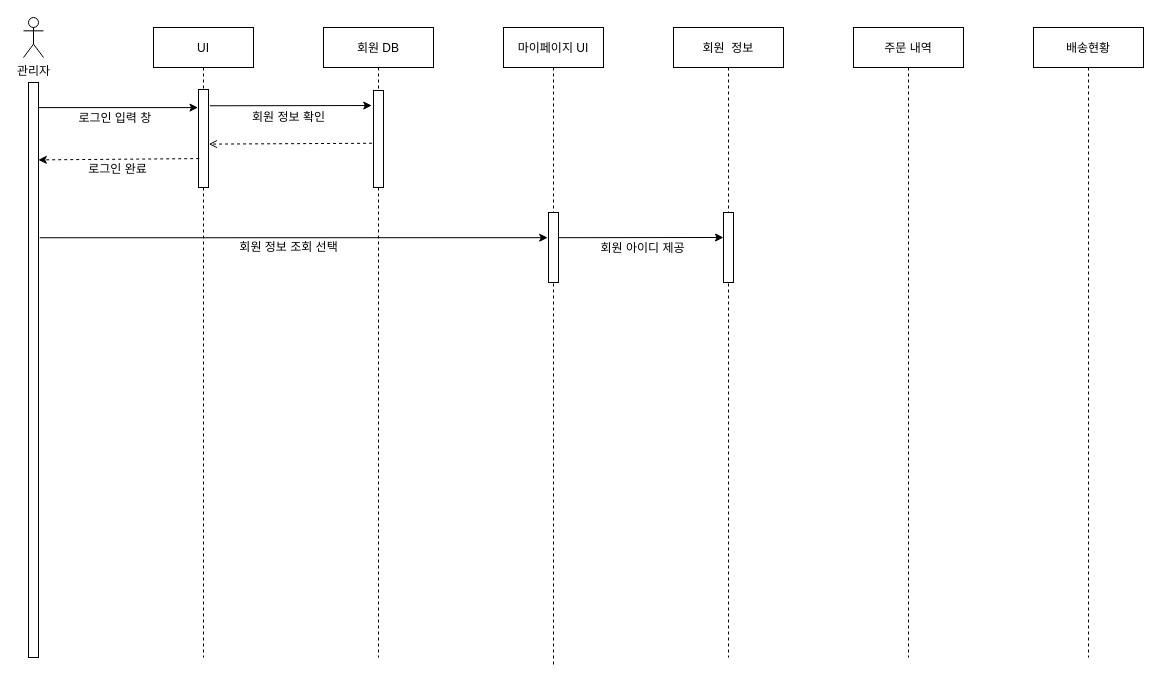
This is Untitled Diagram.drawio from itsdam/JAVA, a draw.io file, before an edit. Source tidied: cells renumbered, new cells numbered last; positions are measured from the earlier drawing's top-left corner, leaving out a move shared by most shapes. Both pictures are drawn from the tidied source at 100%, with x=0, y=0 at pixel (23, 17).
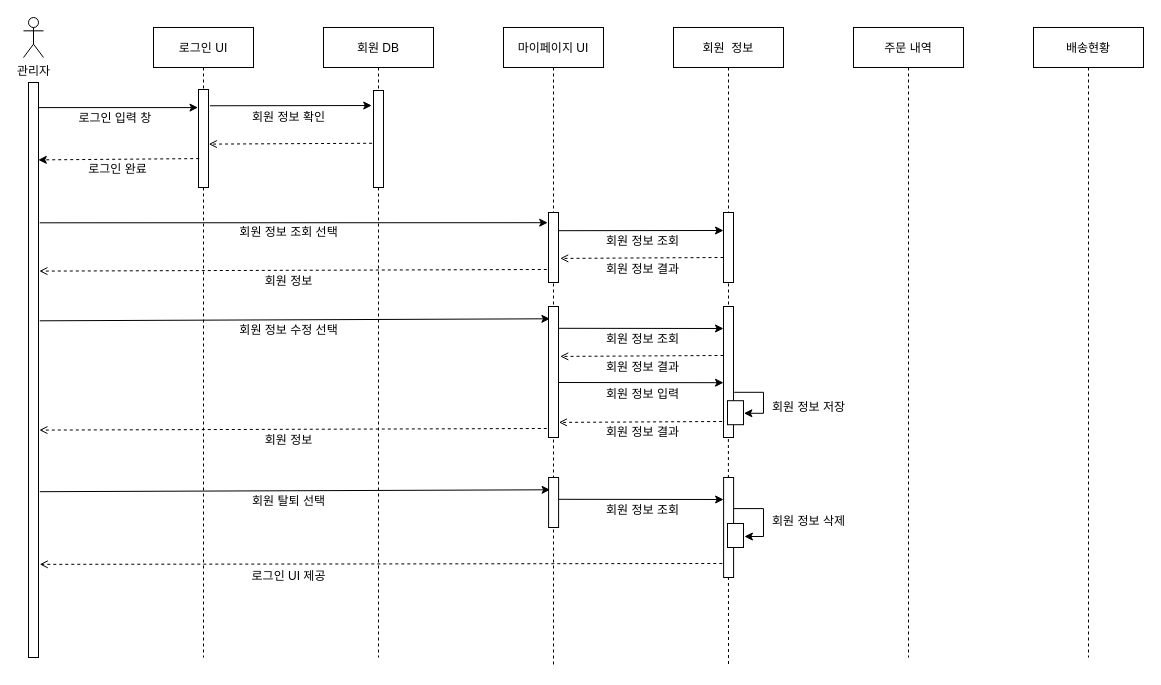
The same page after the edit.

The change refers to these unchanged cells:
```xml
<mxCell id="5" value="마이페이지 UI" style="shape=umlLifeline;perimeter=lifelinePerimeter;rounded=0;shadow=0;strokeWidth=1;" parent="1" vertex="1">
  <mxGeometry x="480" y="10" width="100" height="640" as="geometry" />
</mxCell>
<mxCell id="6" style="points=[];perimeter=orthogonalPerimeter;rounded=0;shadow=0;strokeWidth=1;" parent="5" vertex="1">
  <mxGeometry x="45" y="185" width="10" height="70" as="geometry" />
</mxCell>
<mxCell id="9" style="points=[];perimeter=orthogonalPerimeter;rounded=0;shadow=0;strokeWidth=1;" parent="1" vertex="1">
  <mxGeometry x="5" y="65" width="10" height="575" as="geometry" />
</mxCell>
```

Change to the diagram source:
```diff
@@
+    <mxCell id="26" style="points=[];perimeter=orthogonalPerimeter;rounded=0;shadow=0;strokeWidth=1;" parent="1" vertex="1">
+      <mxGeometry x="700" y="289" width="10" height="131" as="geometry" />
+    </mxCell>
+    <mxCell id="20" value="회원  정보" style="shape=umlLifeline;perimeter=lifelinePerimeter;rounded=0;shadow=0;strokeWidth=1;" parent="1" vertex="1">
+      <mxGeometry x="650" y="10" width="110" height="280" as="geometry" />
+    </mxCell>
+    <mxCell id="21" style="perimeter=orthogonalPerimeter;rounded=0;shadow=0;strokeWidth=1;" parent="20" vertex="1">
+      <mxGeometry x="50" y="185" width="10" height="70" as="geometry" />
+    </mxCell>
+    <mxCell id="22" style="endArrow=classic;html=1;rounded=0;entryX=-0.177;entryY=0.155;entryDx=0;entryDy=0;entryPerimeter=0;exitX=1.022;exitY=0.36;exitDx=0;exitDy=0;exitPerimeter=0;" parent="20" edge="1">
+      <mxGeometry relative="1" as="geometry">
+        <mxPoint x="-114.8" y="203.2" as="sourcePoint" />
+        <mxPoint x="50" y="203" as="targetPoint" />
+      </mxGeometry>
+    </mxCell>
+    <mxCell id="27" style="endArrow=open;html=1;rounded=0;dashed=1;entryX=1.03;entryY=0.253;entryDx=0;entryDy=0;entryPerimeter=0;endFill=0;exitX=-0.141;exitY=0.544;exitDx=0;exitDy=0;exitPerimeter=0;" parent="20" edge="1">
+      <mxGeometry relative="1" as="geometry">
+        <mxPoint x="50" y="230" as="sourcePoint" />
+        <mxPoint x="-113.3" y="230.9" as="targetPoint" />
+      </mxGeometry>
+    </mxCell>
+    <mxCell id="28" value="회원 정보 입력" style="text;html=1;align=center;verticalAlign=middle;strokeColor=none;fillColor=none;" parent="20" vertex="1">
+      <mxGeometry x="-76" y="357.2" width="90" height="20" as="geometry" />
+    </mxCell>
-    <mxCell id="2" value="UI" style="shape=umlLifeline;perimeter=lifelinePerimeter;rounded=0;shadow=0;strokeWidth=1;" parent="1" vertex="1">
+    <mxCell id="2" value="로그인 UI" style="shape=umlLifeline;perimeter=lifelinePerimeter;rounded=0;shadow=0;strokeWidth=1;" parent="1" vertex="1">
       <mxGeometry x="130" y="10" width="100" height="630" as="geometry" />
     </mxCell>
@@
+    <mxCell id="29" style="endArrow=open;html=1;rounded=0;dashed=1;endFill=0;exitX=-0.141;exitY=0.544;exitDx=0;exitDy=0;exitPerimeter=0;entryX=1.086;entryY=0.328;entryDx=0;entryDy=0;entryPerimeter=0;" parent="5" edge="1" target="9">
+      <mxGeometry relative="1" as="geometry">
+        <mxPoint x="43.3" y="242" as="sourcePoint" />
+      </mxGeometry>
+    </mxCell>
@@
-    <mxCell id="17" style="endArrow=classic;html=1;rounded=0;exitX=1.116;exitY=0.27;exitDx=0;exitDy=0;exitPerimeter=0;entryX=-0.08;entryY=0.36;entryDx=0;entryDy=0;entryPerimeter=0;" parent="1" edge="1" source="9" target="6">
-      <mxGeometry relative="1" as="geometry" />
+    <mxCell id="17" style="endArrow=classic;html=1;rounded=0;exitX=1.116;exitY=0.27;exitDx=0;exitDy=0;exitPerimeter=0;entryX=-0.08;entryY=0.36;entryDx=0;entryDy=0;entryPerimeter=0;" parent="1" edge="1">
+      <mxGeometry relative="1" as="geometry">
+        <mxPoint x="16.2" y="205.3" as="sourcePoint" />
+        <mxPoint x="524.2" y="205.2" as="targetPoint" />
+      </mxGeometry>
     </mxCell>
     <mxCell id="18" value="회원 정보 조회 선택" style="text;html=1;align=center;verticalAlign=middle;strokeColor=none;fillColor=none;" parent="1" vertex="1">
-      <mxGeometry x="205" y="220" width="120" height="20" as="geometry" />
+      <mxGeometry x="205" y="205" width="120" height="20" as="geometry" />
     </mxCell>
@@
-    <mxCell id="20" value="회원  정보" style="shape=umlLifeline;perimeter=lifelinePerimeter;rounded=0;shadow=0;strokeWidth=1;" parent="1" vertex="1">
-      <mxGeometry x="650" y="10" width="110" height="630" as="geometry" />
-    </mxCell>
-    <mxCell id="21" style="perimeter=orthogonalPerimeter;rounded=0;shadow=0;strokeWidth=1;" parent="20" vertex="1">
-      <mxGeometry x="50" y="185" width="10" height="70" as="geometry" />
-    </mxCell>
-    <mxCell id="22" style="endArrow=classic;html=1;rounded=0;entryX=-0.177;entryY=0.155;entryDx=0;entryDy=0;entryPerimeter=0;exitX=1.022;exitY=0.36;exitDx=0;exitDy=0;exitPerimeter=0;" parent="20" edge="1" source="6">
-      <mxGeometry relative="1" as="geometry">
-        <mxPoint x="50" y="210" as="targetPoint" />
-      </mxGeometry>
-    </mxCell>
@@
-    <mxCell id="25" value="회원 아이디 제공" style="text;html=1;align=center;verticalAlign=middle;strokeColor=none;fillColor=none;" parent="1" vertex="1">
-      <mxGeometry x="564" y="221" width="110" height="20" as="geometry" />
+    <mxCell id="25" value="회원 정보 조회" style="text;html=1;align=center;verticalAlign=middle;strokeColor=none;fillColor=none;" parent="1" vertex="1">
+      <mxGeometry x="574" y="214" width="90" height="20" as="geometry" />
     </mxCell>
+    <mxCell id="30" value="회원 정보 결과" style="text;html=1;align=center;verticalAlign=middle;strokeColor=none;fillColor=none;" parent="1" vertex="1">
+      <mxGeometry x="574" y="242" width="90" height="20" as="geometry" />
+    </mxCell>
+    <mxCell id="31" style="perimeter=orthogonalPerimeter;rounded=0;shadow=0;strokeWidth=1;" parent="1" vertex="1">
+      <mxGeometry x="525" y="289" width="10" height="131" as="geometry" />
+    </mxCell>
+    <mxCell id="32" style="endArrow=classic;html=1;rounded=0;exitX=1.116;exitY=0.27;exitDx=0;exitDy=0;exitPerimeter=0;entryX=0.144;entryY=0.178;entryDx=0;entryDy=0;entryPerimeter=0;" parent="1" edge="1">
+      <mxGeometry relative="1" as="geometry">
+        <mxPoint x="16.2" y="303.3" as="sourcePoint" />
+        <mxPoint x="526.4" y="301.3" as="targetPoint" />
+      </mxGeometry>
+    </mxCell>
+    <mxCell id="33" value="회원 정보 수정 선택" style="text;html=1;align=center;verticalAlign=middle;strokeColor=none;fillColor=none;" parent="1" vertex="1">
+      <mxGeometry x="205" y="303" width="120" height="20" as="geometry" />
+    </mxCell>
+    <mxCell id="34" style="endArrow=classic;html=1;rounded=0;entryX=-0.177;entryY=0.155;entryDx=0;entryDy=0;entryPerimeter=0;exitX=1.022;exitY=0.189;exitDx=0;exitDy=0;exitPerimeter=0;" parent="1" edge="1">
+      <mxGeometry relative="1" as="geometry">
+        <mxPoint x="535.2" y="310.8" as="sourcePoint" />
+        <mxPoint x="700" y="311" as="targetPoint" />
+      </mxGeometry>
+    </mxCell>
+    <mxCell id="35" style="endArrow=open;html=1;rounded=0;dashed=1;entryX=1.03;entryY=0.253;entryDx=0;entryDy=0;entryPerimeter=0;endFill=0;exitX=-0.141;exitY=0.544;exitDx=0;exitDy=0;exitPerimeter=0;" parent="1" edge="1">
+      <mxGeometry relative="1" as="geometry">
+        <mxPoint x="700" y="338" as="sourcePoint" />
+        <mxPoint x="536.7" y="338.9" as="targetPoint" />
+      </mxGeometry>
+    </mxCell>
+    <mxCell id="36" value="회원 정보 조회" style="text;html=1;align=center;verticalAlign=middle;strokeColor=none;fillColor=none;" parent="1" vertex="1">
+      <mxGeometry x="574" y="312" width="90" height="20" as="geometry" />
+    </mxCell>
+    <mxCell id="37" value="회원 정보 결과" style="text;html=1;align=center;verticalAlign=middle;strokeColor=none;fillColor=none;" parent="1" vertex="1">
+      <mxGeometry x="574" y="340" width="90" height="20" as="geometry" />
+    </mxCell>
+    <mxCell id="38" style="endArrow=none;html=1;rounded=0;dashed=1;endFill=0;exitX=0.689;exitY=1.019;exitDx=0;exitDy=0;exitPerimeter=0;" parent="1" edge="1">
+      <mxGeometry relative="1" as="geometry">
+        <mxPoint x="704.9" y="421.5" as="sourcePoint" />
+        <mxPoint x="705" y="649" as="targetPoint" />
+      </mxGeometry>
+    </mxCell>
+    <mxCell id="39" style="points=[];perimeter=orthogonalPerimeter;rounded=0;shadow=0;strokeWidth=1;" parent="1" vertex="1">
+      <mxGeometry x="704" y="383.2" width="16" height="24" as="geometry" />
+    </mxCell>
+    <mxCell id="40" style="endArrow=classic;html=1;rounded=0;exitX=1.071;exitY=0.655;exitDx=0;exitDy=0;exitPerimeter=0;edgeStyle=orthogonalEdgeStyle;entryX=1.023;entryY=0.523;entryDx=0;entryDy=0;entryPerimeter=0;" parent="1" edge="1" source="26" target="39">
+      <mxGeometry relative="1" as="geometry">
+        <Array as="points">
+          <mxPoint x="740" y="375" />
+          <mxPoint x="740" y="396" />
+        </Array>
+      </mxGeometry>
+    </mxCell>
+    <mxCell id="41" value="회원 정보 저장" style="text;html=1;align=center;verticalAlign=middle;strokeColor=none;fillColor=none;" parent="1" vertex="1">
+      <mxGeometry x="740" y="380" width="90" height="20" as="geometry" />
+    </mxCell>
+    <mxCell id="42" style="endArrow=open;html=1;rounded=0;dashed=1;entryX=1.03;entryY=0.253;entryDx=0;entryDy=0;entryPerimeter=0;endFill=0;exitX=-0.141;exitY=0.544;exitDx=0;exitDy=0;exitPerimeter=0;" parent="1" edge="1">
+      <mxGeometry relative="1" as="geometry">
+        <mxPoint x="698.6" y="404" as="sourcePoint" />
+        <mxPoint x="535.4" y="404.9" as="targetPoint" />
+      </mxGeometry>
+    </mxCell>
+    <mxCell id="43" value="회원 정보 결과" style="text;html=1;align=center;verticalAlign=middle;strokeColor=none;fillColor=none;" parent="1" vertex="1">
+      <mxGeometry x="574" y="405.2" width="90" height="20" as="geometry" />
+    </mxCell>
+    <mxCell id="44" value="회원 정보" style="text;html=1;align=center;verticalAlign=middle;strokeColor=none;fillColor=none;" parent="1" vertex="1">
+      <mxGeometry x="230" y="254" width="70" height="20" as="geometry" />
+    </mxCell>
+    <mxCell id="45" style="endArrow=open;html=1;rounded=0;dashed=1;endFill=0;exitX=-0.141;exitY=0.544;exitDx=0;exitDy=0;exitPerimeter=0;entryX=1.086;entryY=0.328;entryDx=0;entryDy=0;entryPerimeter=0;" parent="1" edge="1">
+      <mxGeometry relative="1" as="geometry">
+        <mxPoint x="523.3" y="411" as="sourcePoint" />
+        <mxPoint x="15.9" y="412.6" as="targetPoint" />
+      </mxGeometry>
+    </mxCell>
+    <mxCell id="46" style="endArrow=classic;html=1;rounded=0;entryX=-0.177;entryY=0.155;entryDx=0;entryDy=0;entryPerimeter=0;exitX=1.022;exitY=0.189;exitDx=0;exitDy=0;exitPerimeter=0;" parent="1" edge="1">
+      <mxGeometry relative="1" as="geometry">
+        <mxPoint x="535.2" y="365" as="sourcePoint" />
+        <mxPoint x="700" y="365.2" as="targetPoint" />
+      </mxGeometry>
+    </mxCell>
+    <mxCell id="47" value="회원 정보" style="text;html=1;align=center;verticalAlign=middle;strokeColor=none;fillColor=none;" parent="1" vertex="1">
+      <mxGeometry x="230" y="413" width="70" height="20" as="geometry" />
+    </mxCell>
+    <mxCell id="48" style="perimeter=orthogonalPerimeter;rounded=0;shadow=0;strokeWidth=1;" parent="1" vertex="1">
+      <mxGeometry x="700.1" y="460" width="10" height="100" as="geometry" />
+    </mxCell>
+    <mxCell id="49" style="perimeter=orthogonalPerimeter;rounded=0;shadow=0;strokeWidth=1;" parent="1" vertex="1">
+      <mxGeometry x="525.1" y="460" width="10" height="50" as="geometry" />
+    </mxCell>
+    <mxCell id="50" style="endArrow=classic;html=1;rounded=0;exitX=1.116;exitY=0.27;exitDx=0;exitDy=0;exitPerimeter=0;entryX=0.144;entryY=0.178;entryDx=0;entryDy=0;entryPerimeter=0;" parent="1" edge="1">
+      <mxGeometry relative="1" as="geometry">
+        <mxPoint x="16.3" y="474.2" as="sourcePoint" />
+        <mxPoint x="526.6" y="472.3" as="targetPoint" />
+      </mxGeometry>
+    </mxCell>
+    <mxCell id="51" value="회원 탈퇴 선택" style="text;html=1;align=center;verticalAlign=middle;strokeColor=none;fillColor=none;" parent="1" vertex="1">
+      <mxGeometry x="220.1" y="474" width="90" height="20" as="geometry" />
+    </mxCell>
+    <mxCell id="52" style="endArrow=classic;html=1;rounded=0;entryX=-0.177;entryY=0.155;entryDx=0;entryDy=0;entryPerimeter=0;exitX=1.022;exitY=0.189;exitDx=0;exitDy=0;exitPerimeter=0;" parent="1" edge="1">
+      <mxGeometry relative="1" as="geometry">
+        <mxPoint x="535.4" y="481.8" as="sourcePoint" />
+        <mxPoint x="700.1" y="482" as="targetPoint" />
+      </mxGeometry>
+    </mxCell>
+    <mxCell id="53" value="회원 정보 조회" style="text;html=1;align=center;verticalAlign=middle;strokeColor=none;fillColor=none;" parent="1" vertex="1">
+      <mxGeometry x="574.1" y="483" width="90" height="20" as="geometry" />
+    </mxCell>
+    <mxCell id="54" style="perimeter=orthogonalPerimeter;rounded=0;shadow=0;strokeWidth=1;" parent="1" vertex="1">
+      <mxGeometry x="704" y="506" width="16" height="24" as="geometry" />
+    </mxCell>
+    <mxCell id="55" value="회원 정보 삭제" style="text;html=1;align=center;verticalAlign=middle;strokeColor=none;fillColor=none;" parent="1" vertex="1">
+      <mxGeometry x="740" y="494" width="90" height="20" as="geometry" />
+    </mxCell>
+    <mxCell id="56" style="endArrow=open;html=1;rounded=0;dashed=1;entryX=1.122;entryY=0.838;entryDx=0;entryDy=0;entryPerimeter=0;endFill=0;exitX=-0.141;exitY=0.544;exitDx=0;exitDy=0;exitPerimeter=0;" parent="1" edge="1" target="9">
+      <mxGeometry relative="1" as="geometry">
+        <mxPoint x="698.8" y="546" as="sourcePoint" />
+      </mxGeometry>
+    </mxCell>
+    <mxCell id="57" style="endArrow=classic;html=1;rounded=0;edgeStyle=orthogonalEdgeStyle;exitX=0.956;exitY=0.207;exitDx=0;exitDy=0;exitPerimeter=0;entryX=1.055;entryY=0.502;entryDx=0;entryDy=0;entryPerimeter=0;" parent="1" edge="1">
+      <mxGeometry relative="1" as="geometry">
+        <mxPoint x="709.7" y="491.1" as="sourcePoint" />
+        <mxPoint x="720.9" y="519" as="targetPoint" />
+        <Array as="points">
+          <mxPoint x="740" y="491" />
+          <mxPoint x="740" y="519" />
+        </Array>
+      </mxGeometry>
+    </mxCell>
+    <mxCell id="58" value="로그인 UI 제공" style="text;html=1;align=center;verticalAlign=middle;strokeColor=none;fillColor=none;" parent="1" vertex="1">
+      <mxGeometry x="220" y="549" width="90" height="20" as="geometry" />
+    </mxCell>
```
